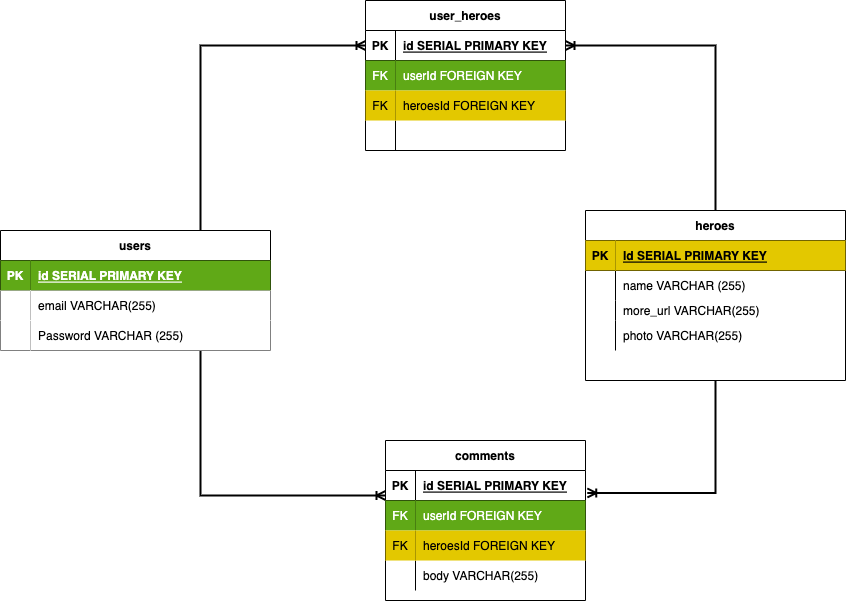
The draw.io diagram Diagram.drawio.png in tristonpalacios/Virtual-Marvel-Encyclopedia, before a commit. Source tidied: cells renumbered, new cells last; positions are measured from the earlier drawing's top-left corner, leaving out a move shared by most shapes.
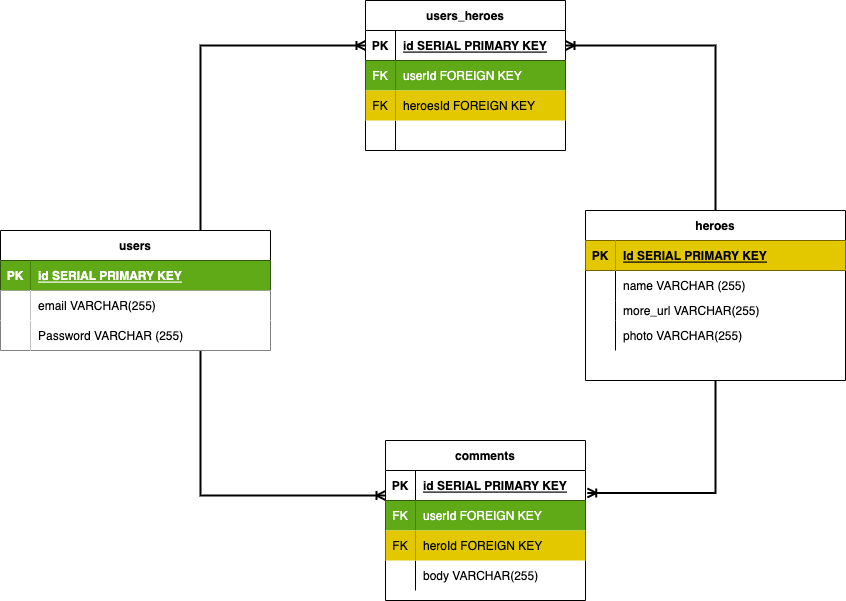
After the commit.

Commit message:
fixed pluralization issues in heroesId & user_heroes

The edit, as a diff of the source:
```diff
@@ -124,7 +124,7 @@
     <mxCell id="37" value="FK" style="shape=partialRectangle;fillColor=#e3c800;top=0;left=0;bottom=0;right=0;overflow=hidden;fontColor=#000000;strokeColor=#B09500;" parent="36" vertex="1">
       <mxGeometry width="30" height="30" as="geometry" />
     </mxCell>
-    <mxCell id="38" value="heroesId FOREIGN KEY" style="shape=partialRectangle;fillColor=#e3c800;top=0;left=0;bottom=0;right=0;align=left;spacingLeft=6;overflow=hidden;fontColor=#000000;strokeColor=#B09500;" parent="36" vertex="1">
+    <mxCell id="38" value="heroId FOREIGN KEY" style="shape=partialRectangle;fillColor=#e3c800;top=0;left=0;bottom=0;right=0;align=left;spacingLeft=6;overflow=hidden;fontColor=#000000;strokeColor=#B09500;" parent="36" vertex="1">
       <mxGeometry x="30" width="170" height="30" as="geometry" />
     </mxCell>
     <mxCell id="39" style="shape=tableRow;horizontal=0;startSize=0;swimlaneHead=0;swimlaneBody=0;fillColor=none;top=0;left=0;right=0;bottom=0;" parent="29" vertex="1">
@@ -136,7 +136,7 @@
     <mxCell id="41" value="body VARCHAR(255)" style="shape=partialRectangle;fillColor=none;top=0;left=0;bottom=0;right=0;align=left;spacingLeft=6;overflow=hidden;" parent="39" vertex="1">
       <mxGeometry x="30" width="170" height="30" as="geometry" />
     </mxCell>
-    <mxCell id="42" value="user_heroes" style="shape=table;startSize=30;rowLines=0;fontStyle=1;align=center;fillColor=#FFFFFF;" parent="1" vertex="1">
+    <mxCell id="42" value="users_heroes" style="shape=table;startSize=30;rowLines=0;fontStyle=1;align=center;fillColor=#FFFFFF;" parent="1" vertex="1">
       <mxGeometry x="365" width="200" height="150" as="geometry" />
     </mxCell>
     <mxCell id="43" style="shape=tableRow;horizontal=0;startSize=0;swimlaneHead=0;swimlaneBody=0;fillColor=none;points=[[0,0.5],[1,0.5]];portConstraint=eastwest;top=0;left=0;right=0;bottom=1;" parent="42" vertex="1">
```
